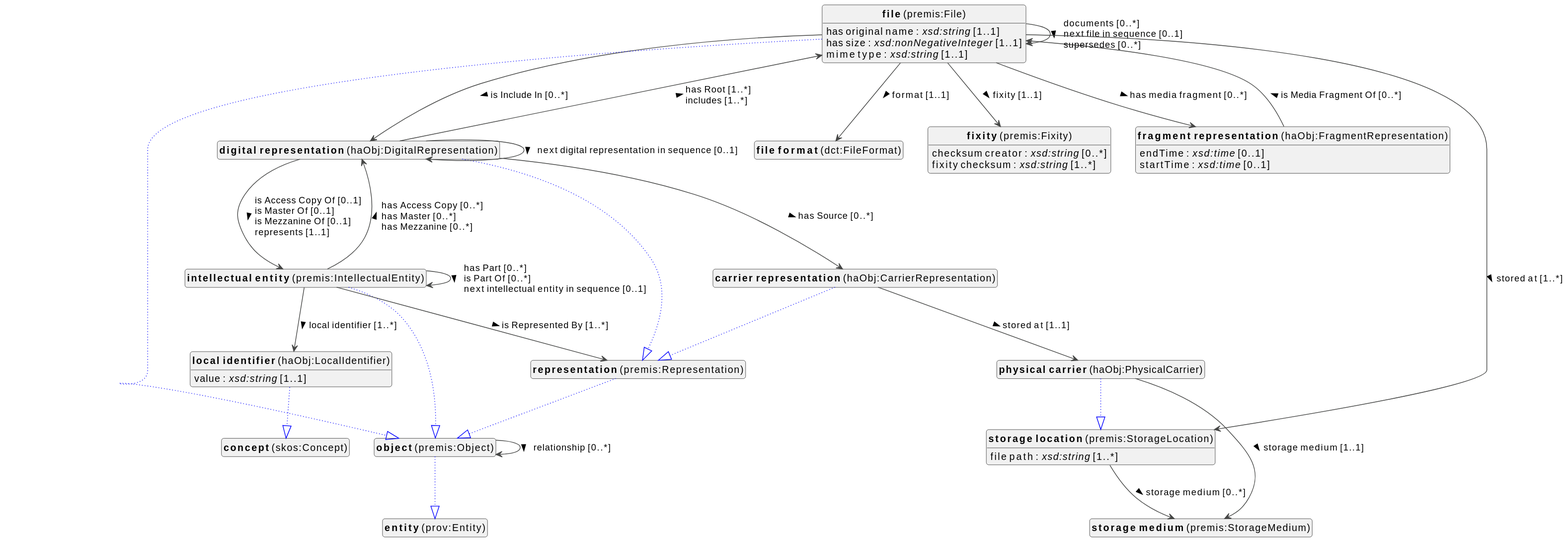
Earlier version of the PlantUML export docs/metadata/knowledge-graph/0.0.1/object/en/object-diagram.svg (viaacode/documentation-jekyll). Its diagram source:
```plantuml
@startuml
!theme vibrant
skinparam classFontSize 14
!define LIGHTORANGE
skinparam componentStyle uml2
skinparam wrapMessageWidth 1000
skinparam wrapWidth 1000
skinparam shadowing false
skinparam ArrowMessageAlignment left
top to bottom direction


class "<b>carrier representation</b> (haObj:CarrierRepresentation)" as haObj_CarrierRepresentation [[#haObj%3ACarrierRepresentation]]
class "<b>representation</b> (premis:Representation)" as premis_Representation [[#premis%3ARepresentation]]
class "<b>digital representation</b> (haObj:DigitalRepresentation)" as haObj_DigitalRepresentation [[#haObj%3ADigitalRepresentation]]
class "<b>representation</b> (premis:Representation)" as premis_Representation [[#premis%3ARepresentation]]
class "<b>file</b> (premis:File)" as premis_File [[#premis%3AFile]]
class "<b>object</b> (premis:Object)" as premis_Object [[#premis%3AObject]]
class "<b>file format</b> (dct:FileFormat)" as dct_FileFormat [[#dct%3AFileFormat]]
class "<b>fixity</b> (premis:Fixity)" as premis_Fixity [[#premis%3AFixity]]
class "<b>fragment representation</b> (haObj:FragmentRepresentation)" as haObj_FragmentRepresentation [[#haObj%3AFragmentRepresentation]]
class "<b>intellectual entity</b> (premis:IntellectualEntity)" as premis_IntellectualEntity [[#premis%3AIntellectualEntity]]
class "<b>object</b> (premis:Object)" as premis_Object [[#premis%3AObject]]
class "<b>local identifier</b> (haObj:LocalIdentifier)" as haObj_LocalIdentifier [[#haObj%3ALocalIdentifier]]
class "<b>concept</b> (skos:Concept)" as skos_Concept [[#skos%3AConcept]]
class "<b>object</b> (premis:Object)" as premis_Object [[#premis%3AObject]]
class "<b>entity</b> (prov:Entity)" as prov_Entity [[#prov%3AEntity]]
class "<b>physical carrier</b> (haObj:PhysicalCarrier)" as haObj_PhysicalCarrier [[#haObj%3APhysicalCarrier]]
class "<b>storage location</b> (premis:StorageLocation)" as premis_StorageLocation [[#premis%3AStorageLocation]]
class "<b>representation</b> (premis:Representation)" as premis_Representation [[#premis%3ARepresentation]]
class "<b>object</b> (premis:Object)" as premis_Object [[#premis%3AObject]]
class "<b>storage location</b> (premis:StorageLocation)" as premis_StorageLocation [[#premis%3AStorageLocation]]
class "<b>storage medium</b> (premis:StorageMedium)" as premis_StorageMedium [[#premis%3AStorageMedium]]

haObj_CarrierRepresentation --|> premis_Representation #blue;line.dotted;text:blue

haObj_CarrierRepresentation --> haObj_PhysicalCarrier :stored at [1..1]  >

haObj_DigitalRepresentation --|> premis_Representation #blue;line.dotted;text:blue

haObj_DigitalRepresentation --> haObj_CarrierRepresentation :has Source [0..*]  >
haObj_DigitalRepresentation --> haObj_DigitalRepresentation :next digital representation in sequence [0..1]  >
haObj_DigitalRepresentation --> premis_File :has Root [1..*]  \lincludes [1..*]  >
haObj_DigitalRepresentation --> premis_IntellectualEntity :is Access Copy Of [0..1]  \lis Master Of [0..1]  \lis Mezzanine Of [0..1]  \lrepresents [1..1]  >

premis_File --|> premis_Object #blue;line.dotted;text:blue

premis_File : has original name : <i>xsd:string</i> [1..1]
premis_File : has size : <i>xsd:nonNegativeInteger</i> [1..1]
premis_File : mime type : <i>xsd:string</i> [1..1]
premis_File --> dct_FileFormat :format [1..1]  >
premis_File --> haObj_DigitalRepresentation :is Include In [0..*]  >
premis_File --> haObj_FragmentRepresentation :has media fragment [0..*]  >
premis_File --> premis_File :documents [0..*]  \lnext file in sequence [0..1]  \lsupersedes [0..*]  >
premis_File --> premis_Fixity :fixity [1..1]  >
premis_File --> premis_StorageLocation :stored at [1..*]  >






premis_Fixity : checksum creator : <i>xsd:string</i> [0..*]
premis_Fixity : fixity checksum : <i>xsd:string</i> [1..*]



haObj_FragmentRepresentation : endTime : <i>xsd:time</i> [0..1]
haObj_FragmentRepresentation : startTime : <i>xsd:time</i> [0..1]
haObj_FragmentRepresentation --> premis_File :is Media Fragment Of [0..*]  >


premis_IntellectualEntity --|> premis_Object #blue;line.dotted;text:blue

premis_IntellectualEntity --> haObj_DigitalRepresentation :has Access Copy [0..*]  \lhas Master [0..*]  \lhas Mezzanine [0..*]  >
premis_IntellectualEntity --> haObj_LocalIdentifier :local identifier [1..*]  >
premis_IntellectualEntity --> premis_IntellectualEntity :has Part [0..*]  \lis Part Of [0..*]  \lnext intellectual entity in sequence [0..1]  >
premis_IntellectualEntity --> premis_Representation :is Represented By [1..*]  >

haObj_LocalIdentifier --|> skos_Concept #blue;line.dotted;text:blue

haObj_LocalIdentifier : value : <i>xsd:string</i> [1..1]


premis_Object --|> prov_Entity #blue;line.dotted;text:blue

premis_Object --> premis_Object :relationship [0..*]  >

haObj_PhysicalCarrier --|> premis_StorageLocation #blue;line.dotted;text:blue

haObj_PhysicalCarrier --> premis_StorageMedium :storage medium [1..1]  >

premis_Representation --|> premis_Object #blue;line.dotted;text:blue



premis_StorageLocation : file path : <i>xsd:string</i> [1..*]
premis_StorageLocation --> premis_StorageMedium :storage medium [0..*]  >





hide circle
hide methods
hide empty members
@enduml
```
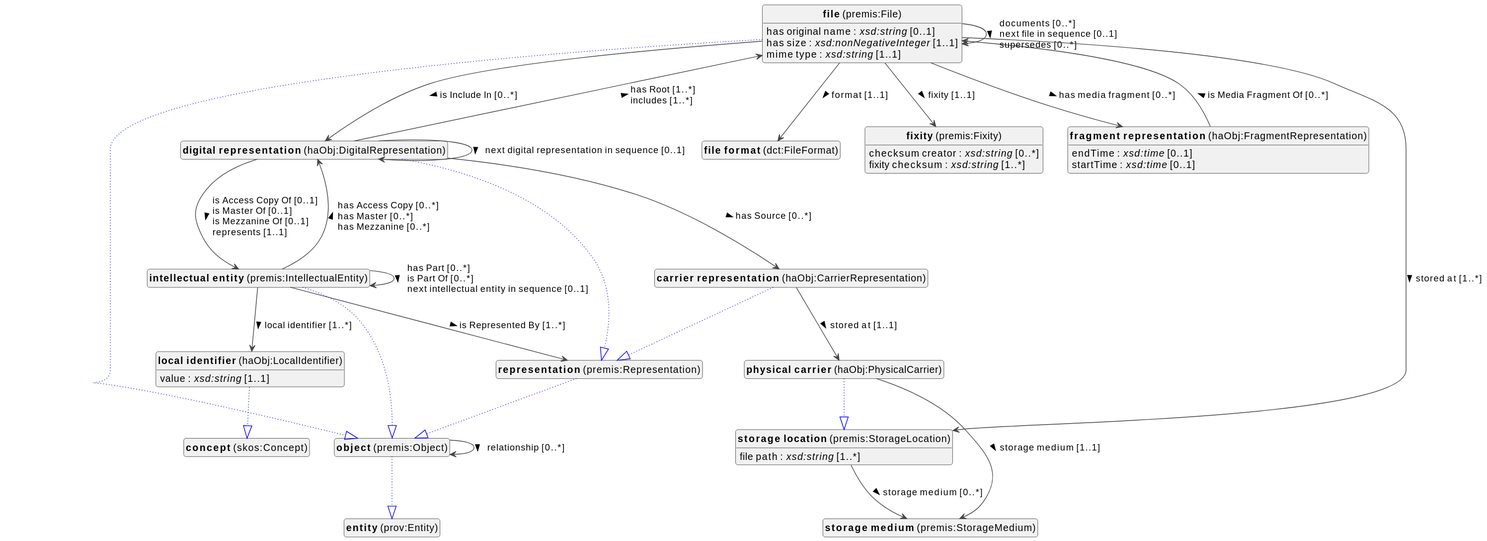
After the change.

The edit, as a diff of the source:
```diff
@@ -45,7 +45,7 @@
 
 premis_File --|> premis_Object #blue;line.dotted;text:blue
 
-premis_File : has original name : <i>xsd:string</i> [1..1]
+premis_File : has original name : <i>xsd:string</i> [0..1]
 premis_File : has size : <i>xsd:nonNegativeInteger</i> [1..1]
 premis_File : mime type : <i>xsd:string</i> [1..1]
 premis_File --> dct_FileFormat :format [1..1]  >
```
